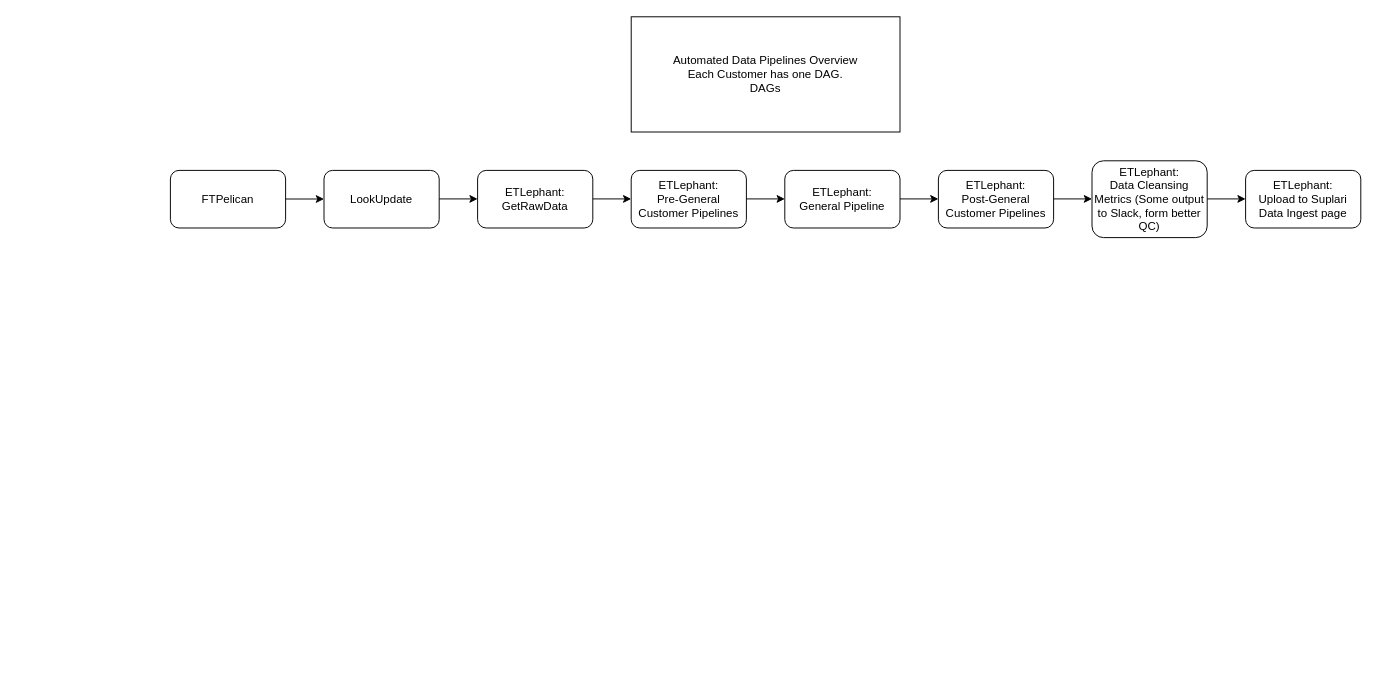
The draw.io diagram Ariflow_Dag_V1.drawio in JackRoten-Suplari/airflow_testing, before the edit. Source tidied: cells renumbered, new cells numbered last; positions are measured from the earlier drawing's top-left corner, leaving out a move shared by most shapes. Both pictures are drawn from the tidied source at 96%, with x=0, y=0 at pixel (170, 16).
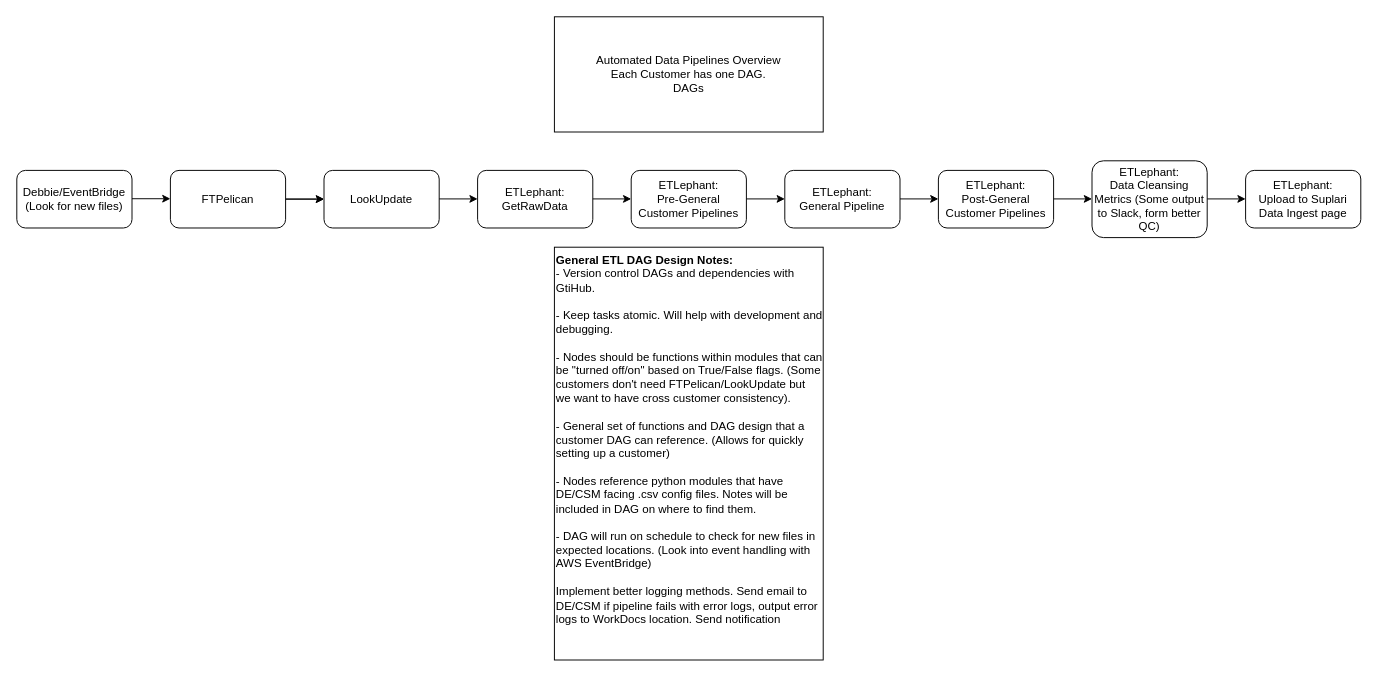
Above is the later version.

The change refers to these unchanged cells:
```xml
<mxCell id="2" value="FTPelican" style="rounded=1;whiteSpace=wrap;html=1;" parent="1" vertex="1">
  <mxGeometry y="160" width="120" height="60" as="geometry" />
</mxCell>
<mxCell id="3" value="LookU&lt;span style=&quot;background-color: initial;&quot;&gt;pdate&lt;/span&gt;" style="rounded=1;whiteSpace=wrap;html=1;" parent="1" vertex="1">
  <mxGeometry x="160" y="160" width="120" height="60" as="geometry" />
</mxCell>
```

Diff of the diagram source:
```diff
@@
+    <mxCell id="18" style="edgeStyle=orthogonalEdgeStyle;rounded=0;jettySize=auto;html=1;" parent="1" edge="1" source="2" target="3">
+      <mxGeometry relative="1" as="geometry" />
+    </mxCell>
@@
     <mxCell id="6" value="&lt;div&gt;Automated Data Pipelines Overview&lt;/div&gt;Each Customer has one DAG.&lt;div&gt;DAGs&lt;/div&gt;" style="rounded=0;whiteSpace=wrap;html=1;" parent="1" vertex="1">
-      <mxGeometry x="480" width="280" height="120" as="geometry" />
+      <mxGeometry x="400" width="280" height="120" as="geometry" />
     </mxCell>
@@
+    <mxCell id="19" value="&lt;div&gt;&lt;b&gt;General ETL DAG Design Notes:&lt;/b&gt;&lt;/div&gt;&lt;div&gt;- Version control DAGs and dependencies with GtiHub.&lt;br&gt;&lt;/div&gt;&lt;div&gt;&lt;br&gt;&lt;/div&gt;&lt;div&gt;- Keep tasks atomic. Will help with development and debugging.&lt;/div&gt;&lt;div&gt;&lt;br&gt;&lt;/div&gt;&lt;div&gt;- Nodes should be functions within modules that can be &quot;turned off/on&quot; based on True/False flags. (Some customers don't need FTPelican/LookUpdate but we want to have cross customer consistency).&lt;br&gt;&lt;/div&gt;&lt;div&gt;&lt;br&gt;&lt;/div&gt;&lt;div&gt;- General set of functions and DAG design that a customer DAG can reference. (Allows for quickly setting up a customer)&lt;/div&gt;&lt;div&gt;&lt;br&gt;&lt;/div&gt;&lt;div&gt;- Nodes reference python modules that have DE/CSM facing .csv config files. Notes will be included in DAG on where to find them.&lt;/div&gt;&lt;div&gt;&lt;br&gt;&lt;/div&gt;&lt;div&gt;-&amp;nbsp;&lt;span style=&quot;background-color: initial;&quot;&gt;DAG will run on schedule to check for new files in expected locations. (&lt;/span&gt;&lt;span style=&quot;background-color: initial;&quot;&gt;Look into event handling with AWS EventBridge)&lt;/span&gt;&lt;/div&gt;&lt;div&gt;&lt;br&gt;&lt;/div&gt;&lt;div&gt;Implement better logging methods. Send email to DE/CSM if pipeline fails with error logs, output error logs to WorkDocs location. Send notification&amp;nbsp;&lt;/div&gt;&lt;div&gt;&lt;br&gt;&lt;/div&gt;&lt;div&gt;&lt;br&gt;&lt;/div&gt;" style="rounded=0;whiteSpace=wrap;html=1;align=left;" parent="1" vertex="1">
+      <mxGeometry x="400" y="240" width="280" height="430" as="geometry" />
+    </mxCell>
+    <mxCell id="20" value="Debbie&lt;span style=&quot;background-color: initial;&quot;&gt;/EventBridge (Look for new files)&lt;/span&gt;" style="rounded=1;whiteSpace=wrap;html=1;" parent="1" vertex="1">
+      <mxGeometry x="-160" y="160" width="120" height="60" as="geometry" />
+    </mxCell>
+    <mxCell id="21" style="endArrow=classic;html=1;rounded=0;" parent="1" edge="1">
+      <mxGeometry relative="1" as="geometry">
+        <mxPoint x="-40" y="189.5" as="sourcePoint" />
+        <mxPoint y="189.5" as="targetPoint" />
+      </mxGeometry>
+    </mxCell>
```
